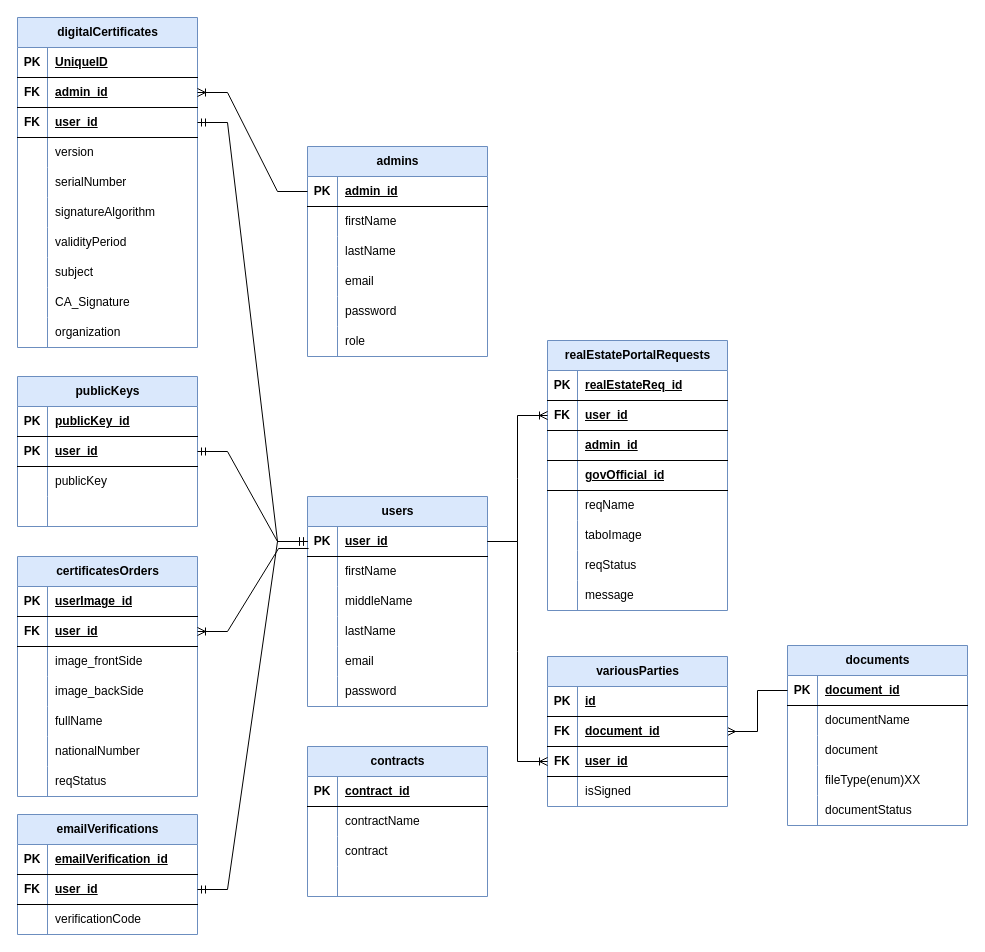
This is Digital Signature ERD.drawio from mhammad5015/Digital-Signature-Application, a draw.io file, before an edit. Source tidied: cells renumbered, new cells numbered last; positions are measured from the earlier drawing's top-left corner, leaving out a move shared by most shapes. Both pictures are drawn from the tidied source at 100%, with x=0, y=0 at pixel (17, 17).
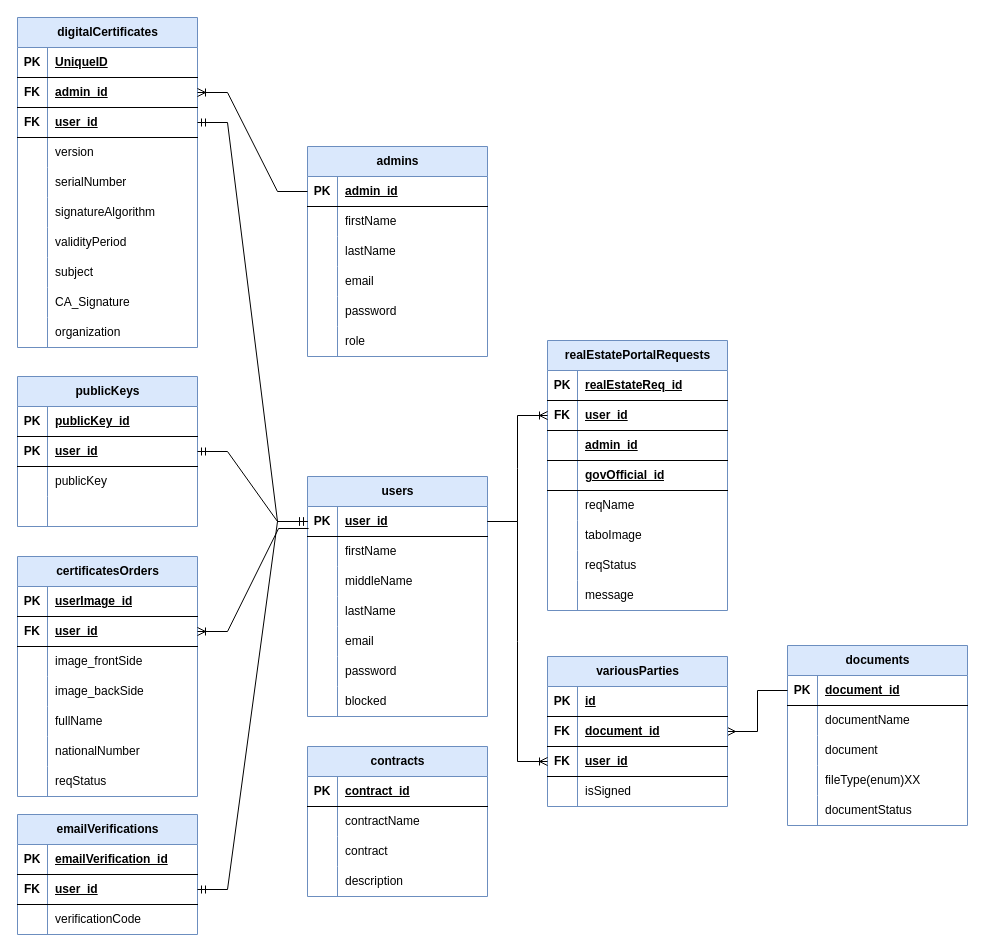
After the change.

Unchanged cells that the change refers to:
```xml
<mxCell id="50" style="shape=tableRow;horizontal=0;startSize=0;swimlaneHead=0;swimlaneBody=0;fillColor=none;top=0;left=0;right=0;bottom=0;" parent="40" vertex="1">
  <mxGeometry y="120" width="180" height="30" as="geometry" />
</mxCell>
```

Diff of the diagram source:
```diff
@@
     <mxCell id="21" value="users" style="shape=table;startSize=30;childLayout=tableLayout;rowLines=0;fontStyle=1;align=center;html=1;fillColor=#dae8fc;strokeColor=#6c8ebf;" parent="1" vertex="1">
-      <mxGeometry x="290" y="479" width="180" height="210" as="geometry" />
+      <mxGeometry x="290" y="459" width="180" height="240" as="geometry" />
     </mxCell>
@@
+    <mxCell id="191" style="shape=tableRow;horizontal=0;startSize=0;swimlaneHead=0;swimlaneBody=0;fillColor=none;top=0;left=0;right=0;bottom=0;" parent="21" vertex="1">
+      <mxGeometry y="210" width="180" height="30" as="geometry" />
+    </mxCell>
+    <mxCell id="192" style="shape=partialRectangle;fillColor=none;top=0;left=0;bottom=0;right=0;overflow=hidden;whiteSpace=wrap;html=1;" parent="191" vertex="1">
+      <mxGeometry width="30" height="30" as="geometry" />
+    </mxCell>
+    <mxCell id="193" value="blocked" style="shape=partialRectangle;fillColor=none;top=0;left=0;bottom=0;right=0;align=left;spacingLeft=6;overflow=hidden;whiteSpace=wrap;html=1;" parent="191" vertex="1">
+      <mxGeometry x="30" width="150" height="30" as="geometry" />
+    </mxCell>
@@
-    <mxCell id="52" style="shape=partialRectangle;fillColor=none;top=0;left=0;bottom=0;right=0;align=left;spacingLeft=6;overflow=hidden;whiteSpace=wrap;html=1;" parent="50" vertex="1">
+    <mxCell id="52" value="description" style="shape=partialRectangle;fillColor=none;top=0;left=0;bottom=0;right=0;align=left;spacingLeft=6;overflow=hidden;whiteSpace=wrap;html=1;" parent="50" vertex="1">
       <mxGeometry x="30" width="150" height="30" as="geometry" />
     </mxCell>
```
